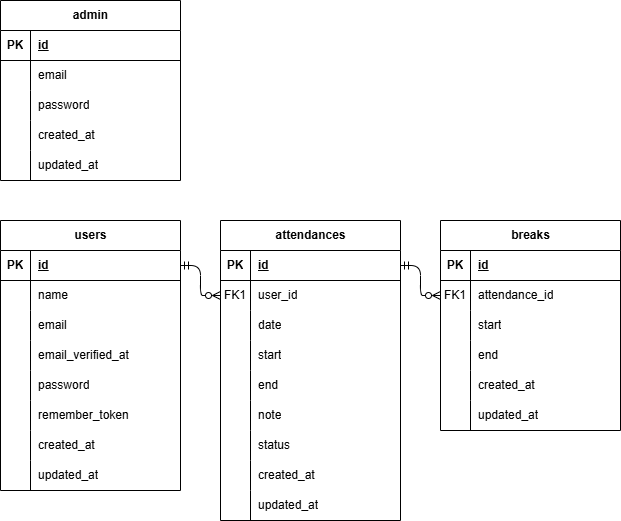
The draw.io diagram ER.drawio.png in kasahara-dev/kasahara-mogi2, before a commit. Source tidied: cells renumbered, new cells last; positions are measured from the earlier drawing's top-left corner, leaving out a move shared by most shapes.
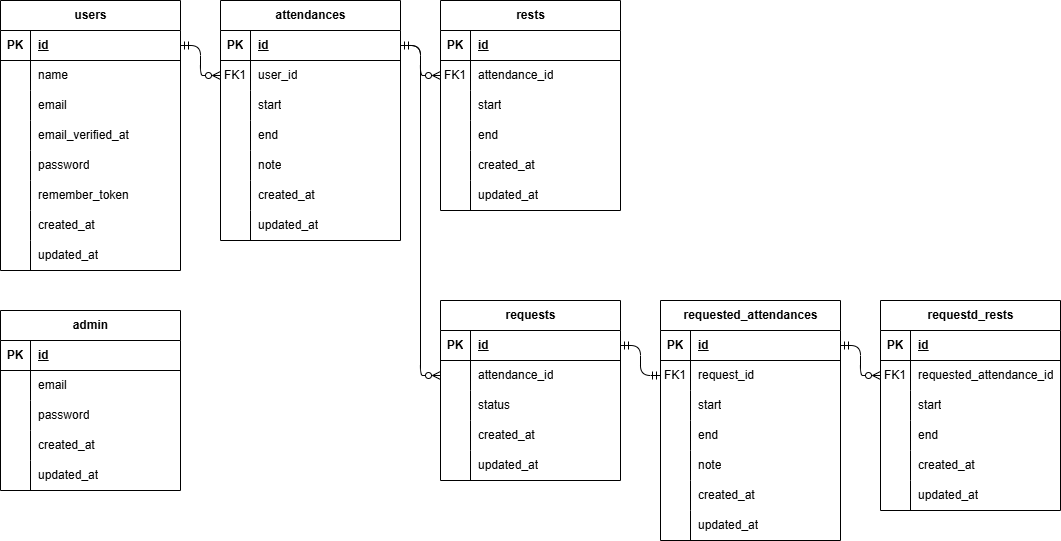
After the change.

The edit, as a diff of the source:
```diff
@@ -78,7 +78,7 @@
       <mxGeometry x="30" width="150" height="30" as="geometry" />
     </mxCell>
     <mxCell id="27" value="admin" style="shape=table;startSize=30;rowLines=0;fontStyle=1;align=center;html=1;" parent="1" vertex="1">
-      <mxGeometry width="180" height="180" as="geometry" />
+      <mxGeometry y="530" width="180" height="180" as="geometry" />
     </mxCell>
     <mxCell id="28" style="shape=tableRow;horizontal=0;startSize=0;swimlaneHead=0;swimlaneBody=0;fillColor=none;top=0;left=0;right=0;bottom=1;" parent="27" vertex="1">
       <mxGeometry y="30" width="180" height="30" as="geometry" />
@@ -126,7 +126,7 @@
       <mxGeometry x="30" width="150" height="30" as="geometry" />
     </mxCell>
     <mxCell id="43" value="attendances" style="shape=table;startSize=30;rowLines=0;fontStyle=1;align=center;html=1;" parent="1" vertex="1">
-      <mxGeometry x="220" y="220" width="180" height="300" as="geometry" />
+      <mxGeometry x="220" y="220" width="180" height="240" as="geometry" />
     </mxCell>
     <mxCell id="44" style="shape=tableRow;horizontal=0;startSize=0;swimlaneHead=0;swimlaneBody=0;fillColor=none;points=[[0,0.5],[1,0.5]];portConstraint=eastwest;top=0;left=0;right=0;bottom=1;" parent="43" vertex="1">
       <mxGeometry y="30" width="180" height="30" as="geometry" />
@@ -146,17 +146,8 @@
     <mxCell id="49" value="user_id" style="shape=partialRectangle;fillColor=none;top=0;left=0;bottom=0;right=0;align=left;spacingLeft=6;overflow=hidden;whiteSpace=wrap;html=1;" parent="47" vertex="1">
       <mxGeometry x="30" width="150" height="30" as="geometry" />
     </mxCell>
-    <mxCell id="50" style="shape=tableRow;horizontal=0;startSize=0;swimlaneHead=0;swimlaneBody=0;fillColor=none;top=0;left=0;right=0;bottom=0;" parent="43" vertex="1">
-      <mxGeometry y="90" width="180" height="30" as="geometry" />
-    </mxCell>
-    <mxCell id="51" style="shape=partialRectangle;fillColor=none;top=0;left=0;bottom=0;right=0;overflow=hidden;whiteSpace=wrap;html=1;" parent="50" vertex="1">
-      <mxGeometry width="30" height="30" as="geometry" />
-    </mxCell>
-    <mxCell id="52" value="date" style="shape=partialRectangle;fillColor=none;top=0;left=0;bottom=0;right=0;align=left;spacingLeft=6;overflow=hidden;whiteSpace=wrap;html=1;" parent="50" vertex="1">
-      <mxGeometry x="30" width="150" height="30" as="geometry" />
-    </mxCell>
     <mxCell id="53" style="shape=tableRow;horizontal=0;startSize=0;swimlaneHead=0;swimlaneBody=0;fillColor=none;top=0;left=0;right=0;bottom=0;" parent="43" vertex="1">
-      <mxGeometry y="120" width="180" height="30" as="geometry" />
+      <mxGeometry y="90" width="180" height="30" as="geometry" />
     </mxCell>
     <mxCell id="54" style="shape=partialRectangle;fillColor=none;top=0;left=0;bottom=0;right=0;overflow=hidden;whiteSpace=wrap;html=1;" parent="53" vertex="1">
       <mxGeometry width="30" height="30" as="geometry" />
@@ -165,7 +156,7 @@
       <mxGeometry x="30" width="150" height="30" as="geometry" />
     </mxCell>
     <mxCell id="56" style="shape=tableRow;horizontal=0;startSize=0;swimlaneHead=0;swimlaneBody=0;fillColor=none;top=0;left=0;right=0;bottom=0;" parent="43" vertex="1">
-      <mxGeometry y="150" width="180" height="30" as="geometry" />
+      <mxGeometry y="120" width="180" height="30" as="geometry" />
     </mxCell>
     <mxCell id="57" style="shape=partialRectangle;fillColor=none;top=0;left=0;bottom=0;right=0;overflow=hidden;whiteSpace=wrap;html=1;" parent="56" vertex="1">
       <mxGeometry width="30" height="30" as="geometry" />
@@ -174,7 +165,7 @@
       <mxGeometry x="30" width="150" height="30" as="geometry" />
     </mxCell>
     <mxCell id="59" style="shape=tableRow;horizontal=0;startSize=0;swimlaneHead=0;swimlaneBody=0;fillColor=none;top=0;left=0;right=0;bottom=0;" parent="43" vertex="1">
-      <mxGeometry y="180" width="180" height="30" as="geometry" />
+      <mxGeometry y="150" width="180" height="30" as="geometry" />
     </mxCell>
     <mxCell id="60" style="shape=partialRectangle;fillColor=none;top=0;left=0;bottom=0;right=0;overflow=hidden;whiteSpace=wrap;html=1;" parent="59" vertex="1">
       <mxGeometry width="30" height="30" as="geometry" />
@@ -182,17 +173,8 @@
     <mxCell id="61" value="note" style="shape=partialRectangle;fillColor=none;top=0;left=0;bottom=0;right=0;align=left;spacingLeft=6;overflow=hidden;whiteSpace=wrap;html=1;" parent="59" vertex="1">
       <mxGeometry x="30" width="150" height="30" as="geometry" />
     </mxCell>
-    <mxCell id="62" style="shape=tableRow;horizontal=0;startSize=0;swimlaneHead=0;swimlaneBody=0;fillColor=none;top=0;left=0;right=0;bottom=0;" parent="43" vertex="1">
-      <mxGeometry y="210" width="180" height="30" as="geometry" />
-    </mxCell>
-    <mxCell id="63" style="shape=partialRectangle;fillColor=none;top=0;left=0;bottom=0;right=0;overflow=hidden;whiteSpace=wrap;html=1;" parent="62" vertex="1">
-      <mxGeometry width="30" height="30" as="geometry" />
-    </mxCell>
-    <mxCell id="64" value="status" style="shape=partialRectangle;fillColor=none;top=0;left=0;bottom=0;right=0;align=left;spacingLeft=6;overflow=hidden;whiteSpace=wrap;html=1;" parent="62" vertex="1">
-      <mxGeometry x="30" width="150" height="30" as="geometry" />
-    </mxCell>
     <mxCell id="65" style="shape=tableRow;horizontal=0;startSize=0;swimlaneHead=0;swimlaneBody=0;fillColor=none;top=0;left=0;right=0;bottom=0;" parent="43" vertex="1">
-      <mxGeometry y="240" width="180" height="30" as="geometry" />
+      <mxGeometry y="180" width="180" height="30" as="geometry" />
     </mxCell>
     <mxCell id="66" style="shape=partialRectangle;fillColor=none;top=0;left=0;bottom=0;right=0;overflow=hidden;whiteSpace=wrap;html=1;" parent="65" vertex="1">
       <mxGeometry width="30" height="30" as="geometry" />
@@ -201,7 +183,7 @@
       <mxGeometry x="30" width="150" height="30" as="geometry" />
     </mxCell>
     <mxCell id="68" style="shape=tableRow;horizontal=0;startSize=0;swimlaneHead=0;swimlaneBody=0;fillColor=none;top=0;left=0;right=0;bottom=0;" parent="43" vertex="1">
-      <mxGeometry y="270" width="180" height="30" as="geometry" />
+      <mxGeometry y="210" width="180" height="30" as="geometry" />
     </mxCell>
     <mxCell id="69" style="shape=partialRectangle;fillColor=none;top=0;left=0;bottom=0;right=0;overflow=hidden;whiteSpace=wrap;html=1;" parent="68" vertex="1">
       <mxGeometry width="30" height="30" as="geometry" />
@@ -209,7 +191,7 @@
     <mxCell id="70" value="updated_at" style="shape=partialRectangle;fillColor=none;top=0;left=0;bottom=0;right=0;align=left;spacingLeft=6;overflow=hidden;whiteSpace=wrap;html=1;" parent="68" vertex="1">
       <mxGeometry x="30" width="150" height="30" as="geometry" />
     </mxCell>
-    <mxCell id="71" value="breaks" style="shape=table;startSize=30;rowLines=0;fontStyle=1;align=center;html=1;" parent="1" vertex="1">
+    <mxCell id="71" value="rests" style="shape=table;startSize=30;rowLines=0;fontStyle=1;align=center;html=1;" parent="1" vertex="1">
       <mxGeometry x="440" y="220" width="180" height="210" as="geometry" />
     </mxCell>
     <mxCell id="72" style="shape=tableRow;horizontal=0;startSize=0;swimlaneHead=0;swimlaneBody=0;fillColor=none;top=0;left=0;right=0;bottom=1;" parent="71" vertex="1">
@@ -272,5 +254,185 @@
     <mxCell id="91" style="edgeStyle=orthogonalEdgeStyle;html=1;exitX=1;exitY=0.5;exitDx=0;exitDy=0;entryX=0;entryY=0.5;entryDx=0;entryDy=0;startArrow=ERmandOne;startFill=0;endArrow=ERzeroToMany;endFill=0;" parent="1" edge="1" source="44" target="75">
       <mxGeometry relative="1" as="geometry" />
     </mxCell>
+    <mxCell id="92" value="requested_attendances" style="shape=table;startSize=30;rowLines=0;fontStyle=1;align=center;html=1;" parent="1" vertex="1">
+      <mxGeometry x="660" y="520" width="180" height="240" as="geometry" />
+    </mxCell>
+    <mxCell id="93" style="shape=tableRow;horizontal=0;startSize=0;swimlaneHead=0;swimlaneBody=0;fillColor=none;points=[[0,0.5],[1,0.5]];portConstraint=eastwest;top=0;left=0;right=0;bottom=1;" parent="92" vertex="1">
+      <mxGeometry y="30" width="180" height="30" as="geometry" />
+    </mxCell>
+    <mxCell id="94" value="PK" style="shape=partialRectangle;fillColor=none;top=0;left=0;bottom=0;right=0;fontStyle=1;overflow=hidden;whiteSpace=wrap;html=1;" parent="93" vertex="1">
+      <mxGeometry width="30" height="30" as="geometry" />
+    </mxCell>
+    <mxCell id="95" value="id" style="shape=partialRectangle;fillColor=none;top=0;left=0;bottom=0;right=0;align=left;spacingLeft=6;fontStyle=5;overflow=hidden;whiteSpace=wrap;html=1;" parent="93" vertex="1">
+      <mxGeometry x="30" width="150" height="30" as="geometry" />
+    </mxCell>
+    <mxCell id="96" style="shape=tableRow;horizontal=0;startSize=0;swimlaneHead=0;swimlaneBody=0;fillColor=none;points=[[0,0.5],[1,0.5]];portConstraint=eastwest;top=0;left=0;right=0;bottom=0;" parent="92" vertex="1">
+      <mxGeometry y="60" width="180" height="30" as="geometry" />
+    </mxCell>
+    <mxCell id="97" value="FK1" style="shape=partialRectangle;fillColor=none;top=0;left=0;bottom=0;right=0;overflow=hidden;whiteSpace=wrap;html=1;" parent="96" vertex="1">
+      <mxGeometry width="30" height="30" as="geometry" />
+    </mxCell>
+    <mxCell id="98" value="request_id" style="shape=partialRectangle;fillColor=none;top=0;left=0;bottom=0;right=0;align=left;spacingLeft=6;overflow=hidden;whiteSpace=wrap;html=1;" parent="96" vertex="1">
+      <mxGeometry x="30" width="150" height="30" as="geometry" />
+    </mxCell>
+    <mxCell id="99" style="shape=tableRow;horizontal=0;startSize=0;swimlaneHead=0;swimlaneBody=0;fillColor=none;top=0;left=0;right=0;bottom=0;" parent="92" vertex="1">
+      <mxGeometry y="90" width="180" height="30" as="geometry" />
+    </mxCell>
+    <mxCell id="100" style="shape=partialRectangle;fillColor=none;top=0;left=0;bottom=0;right=0;overflow=hidden;whiteSpace=wrap;html=1;" parent="99" vertex="1">
+      <mxGeometry width="30" height="30" as="geometry" />
+    </mxCell>
+    <mxCell id="101" value="start" style="shape=partialRectangle;fillColor=none;top=0;left=0;bottom=0;right=0;align=left;spacingLeft=6;overflow=hidden;whiteSpace=wrap;html=1;" parent="99" vertex="1">
+      <mxGeometry x="30" width="150" height="30" as="geometry" />
+    </mxCell>
+    <mxCell id="102" style="shape=tableRow;horizontal=0;startSize=0;swimlaneHead=0;swimlaneBody=0;fillColor=none;top=0;left=0;right=0;bottom=0;" parent="92" vertex="1">
+      <mxGeometry y="120" width="180" height="30" as="geometry" />
+    </mxCell>
+    <mxCell id="103" style="shape=partialRectangle;fillColor=none;top=0;left=0;bottom=0;right=0;overflow=hidden;whiteSpace=wrap;html=1;" parent="102" vertex="1">
+      <mxGeometry width="30" height="30" as="geometry" />
+    </mxCell>
+    <mxCell id="104" value="end" style="shape=partialRectangle;fillColor=none;top=0;left=0;bottom=0;right=0;align=left;spacingLeft=6;overflow=hidden;whiteSpace=wrap;html=1;" parent="102" vertex="1">
+      <mxGeometry x="30" width="150" height="30" as="geometry" />
+    </mxCell>
+    <mxCell id="105" style="shape=tableRow;horizontal=0;startSize=0;swimlaneHead=0;swimlaneBody=0;fillColor=none;top=0;left=0;right=0;bottom=0;" parent="92" vertex="1">
+      <mxGeometry y="150" width="180" height="30" as="geometry" />
+    </mxCell>
+    <mxCell id="106" style="shape=partialRectangle;fillColor=none;top=0;left=0;bottom=0;right=0;overflow=hidden;whiteSpace=wrap;html=1;" parent="105" vertex="1">
+      <mxGeometry width="30" height="30" as="geometry" />
+    </mxCell>
+    <mxCell id="107" value="note" style="shape=partialRectangle;fillColor=none;top=0;left=0;bottom=0;right=0;align=left;spacingLeft=6;overflow=hidden;whiteSpace=wrap;html=1;" parent="105" vertex="1">
+      <mxGeometry x="30" width="150" height="30" as="geometry" />
+    </mxCell>
+    <mxCell id="108" style="shape=tableRow;horizontal=0;startSize=0;swimlaneHead=0;swimlaneBody=0;fillColor=none;top=0;left=0;right=0;bottom=0;" parent="92" vertex="1">
+      <mxGeometry y="180" width="180" height="30" as="geometry" />
+    </mxCell>
+    <mxCell id="109" style="shape=partialRectangle;fillColor=none;top=0;left=0;bottom=0;right=0;overflow=hidden;whiteSpace=wrap;html=1;" parent="108" vertex="1">
+      <mxGeometry width="30" height="30" as="geometry" />
+    </mxCell>
+    <mxCell id="110" value="created_at" style="shape=partialRectangle;fillColor=none;top=0;left=0;bottom=0;right=0;align=left;spacingLeft=6;overflow=hidden;whiteSpace=wrap;html=1;" parent="108" vertex="1">
+      <mxGeometry x="30" width="150" height="30" as="geometry" />
+    </mxCell>
+    <mxCell id="62" style="shape=tableRow;horizontal=0;startSize=0;swimlaneHead=0;swimlaneBody=0;fillColor=none;top=0;left=0;right=0;bottom=0;" parent="92" vertex="1">
+      <mxGeometry y="210" width="180" height="30" as="geometry" />
+    </mxCell>
+    <mxCell id="111" style="shape=partialRectangle;fillColor=none;top=0;left=0;bottom=0;right=0;overflow=hidden;whiteSpace=wrap;html=1;" parent="62" vertex="1">
+      <mxGeometry width="30" height="30" as="geometry" />
+    </mxCell>
+    <mxCell id="112" value="updated_at" style="shape=partialRectangle;fillColor=none;top=0;left=0;bottom=0;right=0;align=left;spacingLeft=6;overflow=hidden;whiteSpace=wrap;html=1;" parent="62" vertex="1">
+      <mxGeometry x="30" width="150" height="30" as="geometry" />
+    </mxCell>
+    <mxCell id="113" value="requestd_rests" style="shape=table;startSize=30;rowLines=0;fontStyle=1;align=center;html=1;" parent="1" vertex="1">
+      <mxGeometry x="880" y="520" width="180" height="210" as="geometry" />
+    </mxCell>
+    <mxCell id="114" style="shape=tableRow;horizontal=0;startSize=0;swimlaneHead=0;swimlaneBody=0;fillColor=none;top=0;left=0;right=0;bottom=1;" parent="113" vertex="1">
+      <mxGeometry y="30" width="180" height="30" as="geometry" />
+    </mxCell>
+    <mxCell id="115" value="PK" style="shape=partialRectangle;fillColor=none;top=0;left=0;bottom=0;right=0;fontStyle=1;overflow=hidden;whiteSpace=wrap;html=1;" parent="114" vertex="1">
+      <mxGeometry width="30" height="30" as="geometry" />
+    </mxCell>
+    <mxCell id="116" value="id" style="shape=partialRectangle;fillColor=none;top=0;left=0;bottom=0;right=0;align=left;spacingLeft=6;fontStyle=5;overflow=hidden;whiteSpace=wrap;html=1;" parent="114" vertex="1">
+      <mxGeometry x="30" width="150" height="30" as="geometry" />
+    </mxCell>
+    <mxCell id="117" style="shape=tableRow;horizontal=0;startSize=0;swimlaneHead=0;swimlaneBody=0;fillColor=none;points=[[0,0.5],[1,0.5]];portConstraint=eastwest;top=0;left=0;right=0;bottom=0;" parent="113" vertex="1">
+      <mxGeometry y="60" width="180" height="30" as="geometry" />
+    </mxCell>
+    <mxCell id="118" value="FK1" style="shape=partialRectangle;fillColor=none;top=0;left=0;bottom=0;right=0;overflow=hidden;whiteSpace=wrap;html=1;" parent="117" vertex="1">
+      <mxGeometry width="30" height="30" as="geometry" />
+    </mxCell>
+    <mxCell id="119" value="requested_attendance_id" style="shape=partialRectangle;fillColor=none;top=0;left=0;bottom=0;right=0;align=left;spacingLeft=6;overflow=hidden;whiteSpace=wrap;html=1;" parent="117" vertex="1">
+      <mxGeometry x="30" width="150" height="30" as="geometry" />
+    </mxCell>
+    <mxCell id="120" style="shape=tableRow;horizontal=0;startSize=0;swimlaneHead=0;swimlaneBody=0;fillColor=none;top=0;left=0;right=0;bottom=0;" parent="113" vertex="1">
+      <mxGeometry y="90" width="180" height="30" as="geometry" />
+    </mxCell>
+    <mxCell id="121" style="shape=partialRectangle;fillColor=none;top=0;left=0;bottom=0;right=0;overflow=hidden;whiteSpace=wrap;html=1;" parent="120" vertex="1">
+      <mxGeometry width="30" height="30" as="geometry" />
+    </mxCell>
+    <mxCell id="122" value="start" style="shape=partialRectangle;fillColor=none;top=0;left=0;bottom=0;right=0;align=left;spacingLeft=6;overflow=hidden;whiteSpace=wrap;html=1;" parent="120" vertex="1">
+      <mxGeometry x="30" width="150" height="30" as="geometry" />
+    </mxCell>
+    <mxCell id="123" style="shape=tableRow;horizontal=0;startSize=0;swimlaneHead=0;swimlaneBody=0;fillColor=none;top=0;left=0;right=0;bottom=0;" parent="113" vertex="1">
+      <mxGeometry y="120" width="180" height="30" as="geometry" />
+    </mxCell>
+    <mxCell id="124" style="shape=partialRectangle;fillColor=none;top=0;left=0;bottom=0;right=0;overflow=hidden;whiteSpace=wrap;html=1;" parent="123" vertex="1">
+      <mxGeometry width="30" height="30" as="geometry" />
+    </mxCell>
+    <mxCell id="125" value="end" style="shape=partialRectangle;fillColor=none;top=0;left=0;bottom=0;right=0;align=left;spacingLeft=6;overflow=hidden;whiteSpace=wrap;html=1;" parent="123" vertex="1">
+      <mxGeometry x="30" width="150" height="30" as="geometry" />
+    </mxCell>
+    <mxCell id="126" style="shape=tableRow;horizontal=0;startSize=0;swimlaneHead=0;swimlaneBody=0;fillColor=none;top=0;left=0;right=0;bottom=0;" parent="113" vertex="1">
+      <mxGeometry y="150" width="180" height="30" as="geometry" />
+    </mxCell>
+    <mxCell id="127" style="shape=partialRectangle;fillColor=none;top=0;left=0;bottom=0;right=0;overflow=hidden;whiteSpace=wrap;html=1;" parent="126" vertex="1">
+      <mxGeometry width="30" height="30" as="geometry" />
+    </mxCell>
+    <mxCell id="128" value="created_at" style="shape=partialRectangle;fillColor=none;top=0;left=0;bottom=0;right=0;align=left;spacingLeft=6;overflow=hidden;whiteSpace=wrap;html=1;" parent="126" vertex="1">
+      <mxGeometry x="30" width="150" height="30" as="geometry" />
+    </mxCell>
+    <mxCell id="129" style="shape=tableRow;horizontal=0;startSize=0;swimlaneHead=0;swimlaneBody=0;fillColor=none;top=0;left=0;right=0;bottom=0;" parent="113" vertex="1">
+      <mxGeometry y="180" width="180" height="30" as="geometry" />
+    </mxCell>
+    <mxCell id="130" style="shape=partialRectangle;fillColor=none;top=0;left=0;bottom=0;right=0;overflow=hidden;whiteSpace=wrap;html=1;" parent="129" vertex="1">
+      <mxGeometry width="30" height="30" as="geometry" />
+    </mxCell>
+    <mxCell id="131" value="updated_at" style="shape=partialRectangle;fillColor=none;top=0;left=0;bottom=0;right=0;align=left;spacingLeft=6;overflow=hidden;whiteSpace=wrap;html=1;" parent="129" vertex="1">
+      <mxGeometry x="30" width="150" height="30" as="geometry" />
+    </mxCell>
+    <mxCell id="132" value="requests" style="shape=table;startSize=30;rowLines=0;fontStyle=1;align=center;html=1;" parent="1" vertex="1">
+      <mxGeometry x="440" y="520" width="180" height="180" as="geometry" />
+    </mxCell>
+    <mxCell id="133" style="shape=tableRow;horizontal=0;startSize=0;swimlaneHead=0;swimlaneBody=0;fillColor=none;points=[[0,0.5],[1,0.5]];portConstraint=eastwest;top=0;left=0;right=0;bottom=1;" parent="132" vertex="1">
+      <mxGeometry y="30" width="180" height="30" as="geometry" />
+    </mxCell>
+    <mxCell id="134" value="PK" style="shape=partialRectangle;fillColor=none;top=0;left=0;bottom=0;right=0;fontStyle=1;overflow=hidden;whiteSpace=wrap;html=1;" parent="133" vertex="1">
+      <mxGeometry width="30" height="30" as="geometry" />
+    </mxCell>
+    <mxCell id="135" value="id" style="shape=partialRectangle;fillColor=none;top=0;left=0;bottom=0;right=0;align=left;spacingLeft=6;fontStyle=5;overflow=hidden;whiteSpace=wrap;html=1;" parent="133" vertex="1">
+      <mxGeometry x="30" width="150" height="30" as="geometry" />
+    </mxCell>
+    <mxCell id="136" style="shape=tableRow;horizontal=0;startSize=0;swimlaneHead=0;swimlaneBody=0;fillColor=none;points=[[0,0.5],[1,0.5]];portConstraint=eastwest;top=0;left=0;right=0;bottom=0;" parent="132" vertex="1">
+      <mxGeometry y="60" width="180" height="30" as="geometry" />
+    </mxCell>
+    <mxCell id="137" style="shape=partialRectangle;fillColor=none;top=0;left=0;bottom=0;right=0;overflow=hidden;whiteSpace=wrap;html=1;" parent="136" vertex="1">
+      <mxGeometry width="30" height="30" as="geometry" />
+    </mxCell>
+    <mxCell id="138" value="attendance_id" style="shape=partialRectangle;fillColor=none;top=0;left=0;bottom=0;right=0;align=left;spacingLeft=6;overflow=hidden;whiteSpace=wrap;html=1;" parent="136" vertex="1">
+      <mxGeometry x="30" width="150" height="30" as="geometry" />
+    </mxCell>
+    <mxCell id="139" style="shape=tableRow;horizontal=0;startSize=0;swimlaneHead=0;swimlaneBody=0;fillColor=none;top=0;left=0;right=0;bottom=0;" parent="132" vertex="1">
+      <mxGeometry y="90" width="180" height="30" as="geometry" />
+    </mxCell>
+    <mxCell id="140" style="shape=partialRectangle;fillColor=none;top=0;left=0;bottom=0;right=0;overflow=hidden;whiteSpace=wrap;html=1;" parent="139" vertex="1">
+      <mxGeometry width="30" height="30" as="geometry" />
+    </mxCell>
+    <mxCell id="64" value="status" style="shape=partialRectangle;fillColor=none;top=0;left=0;bottom=0;right=0;align=left;spacingLeft=6;overflow=hidden;whiteSpace=wrap;html=1;" parent="139" vertex="1">
+      <mxGeometry x="30" width="150" height="30" as="geometry" />
+    </mxCell>
+    <mxCell id="141" style="shape=tableRow;horizontal=0;startSize=0;swimlaneHead=0;swimlaneBody=0;fillColor=none;top=0;left=0;right=0;bottom=0;" parent="132" vertex="1">
+      <mxGeometry y="120" width="180" height="30" as="geometry" />
+    </mxCell>
+    <mxCell id="142" style="shape=partialRectangle;fillColor=none;top=0;left=0;bottom=0;right=0;overflow=hidden;whiteSpace=wrap;html=1;" parent="141" vertex="1">
+      <mxGeometry width="30" height="30" as="geometry" />
+    </mxCell>
+    <mxCell id="143" value="created_at" style="shape=partialRectangle;fillColor=none;top=0;left=0;bottom=0;right=0;align=left;spacingLeft=6;overflow=hidden;whiteSpace=wrap;html=1;" parent="141" vertex="1">
+      <mxGeometry x="30" width="150" height="30" as="geometry" />
+    </mxCell>
+    <mxCell id="144" style="shape=tableRow;horizontal=0;startSize=0;swimlaneHead=0;swimlaneBody=0;fillColor=none;top=0;left=0;right=0;bottom=0;" parent="132" vertex="1">
+      <mxGeometry y="150" width="180" height="30" as="geometry" />
+    </mxCell>
+    <mxCell id="145" style="shape=partialRectangle;fillColor=none;top=0;left=0;bottom=0;right=0;overflow=hidden;whiteSpace=wrap;html=1;" parent="144" vertex="1">
+      <mxGeometry width="30" height="30" as="geometry" />
+    </mxCell>
+    <mxCell id="146" value="updated_at" style="shape=partialRectangle;fillColor=none;top=0;left=0;bottom=0;right=0;align=left;spacingLeft=6;overflow=hidden;whiteSpace=wrap;html=1;" parent="144" vertex="1">
+      <mxGeometry x="30" width="150" height="30" as="geometry" />
+    </mxCell>
+    <mxCell id="147" style="edgeStyle=orthogonalEdgeStyle;html=1;entryX=0;entryY=0.5;entryDx=0;entryDy=0;exitX=1;exitY=0.5;exitDx=0;exitDy=0;endArrow=ERzeroToMany;endFill=0;" parent="1" edge="1" source="44" target="136">
+      <mxGeometry relative="1" as="geometry" />
+    </mxCell>
+    <mxCell id="148" style="edgeStyle=orthogonalEdgeStyle;html=1;exitX=1;exitY=0.5;exitDx=0;exitDy=0;entryX=0;entryY=0.5;entryDx=0;entryDy=0;startArrow=ERmandOne;startFill=0;endArrow=ERmandOne;endFill=0;" parent="1" edge="1" source="133" target="96">
+      <mxGeometry relative="1" as="geometry" />
+    </mxCell>
+    <mxCell id="149" style="edgeStyle=orthogonalEdgeStyle;html=1;exitX=1;exitY=0.5;exitDx=0;exitDy=0;entryX=0;entryY=0.5;entryDx=0;entryDy=0;startArrow=ERmandOne;startFill=0;endArrow=ERzeroToMany;endFill=0;" parent="1" edge="1" source="93" target="117">
+      <mxGeometry relative="1" as="geometry" />
+    </mxCell>
   </root>
 </mxGraphModel>
```
